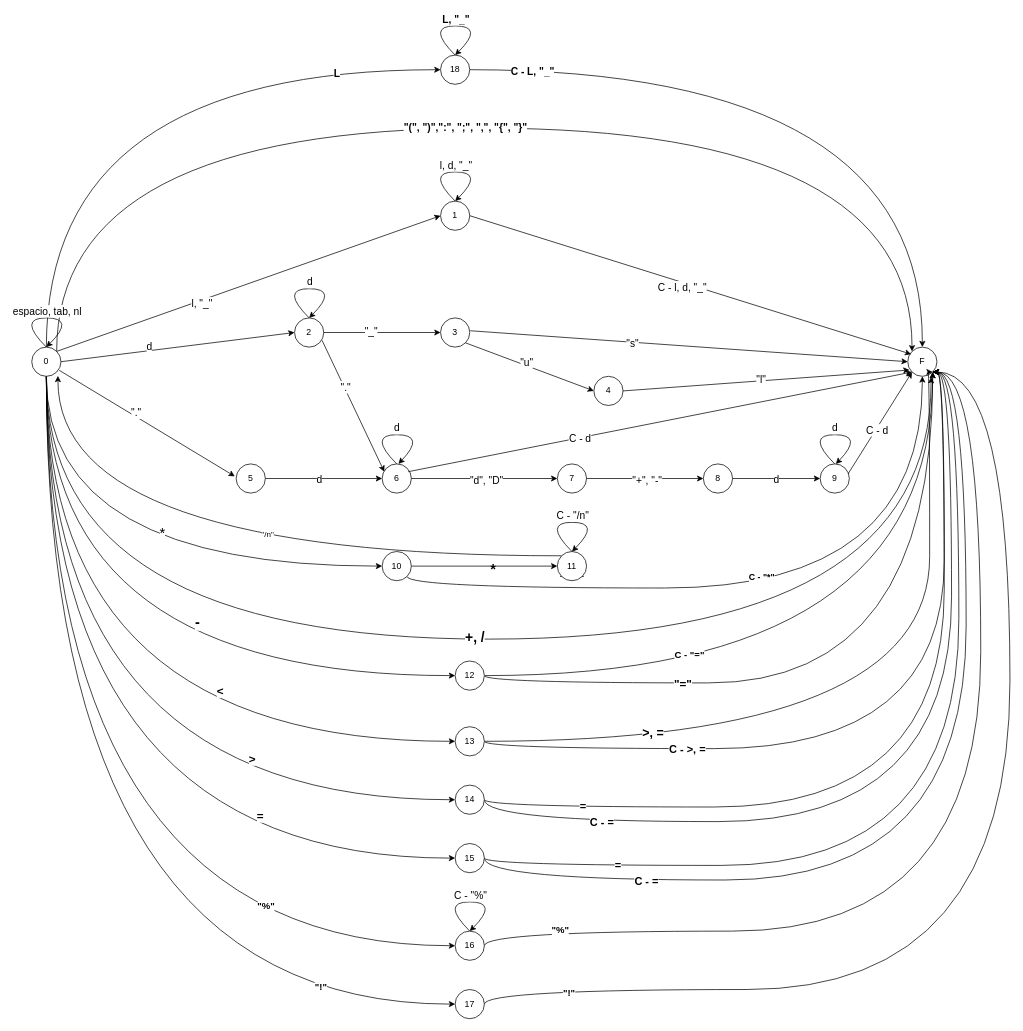
The draw.io diagram resources/automata.drawio in ElgartXimena/compiler, before the edit. Source tidied: cells renumbered, new cells numbered last; positions are measured from the earlier drawing's top-left corner, leaving out a move shared by most shapes. Both pictures are drawn from the tidied source at 73%, with x=0, y=0 at pixel (17, 26).
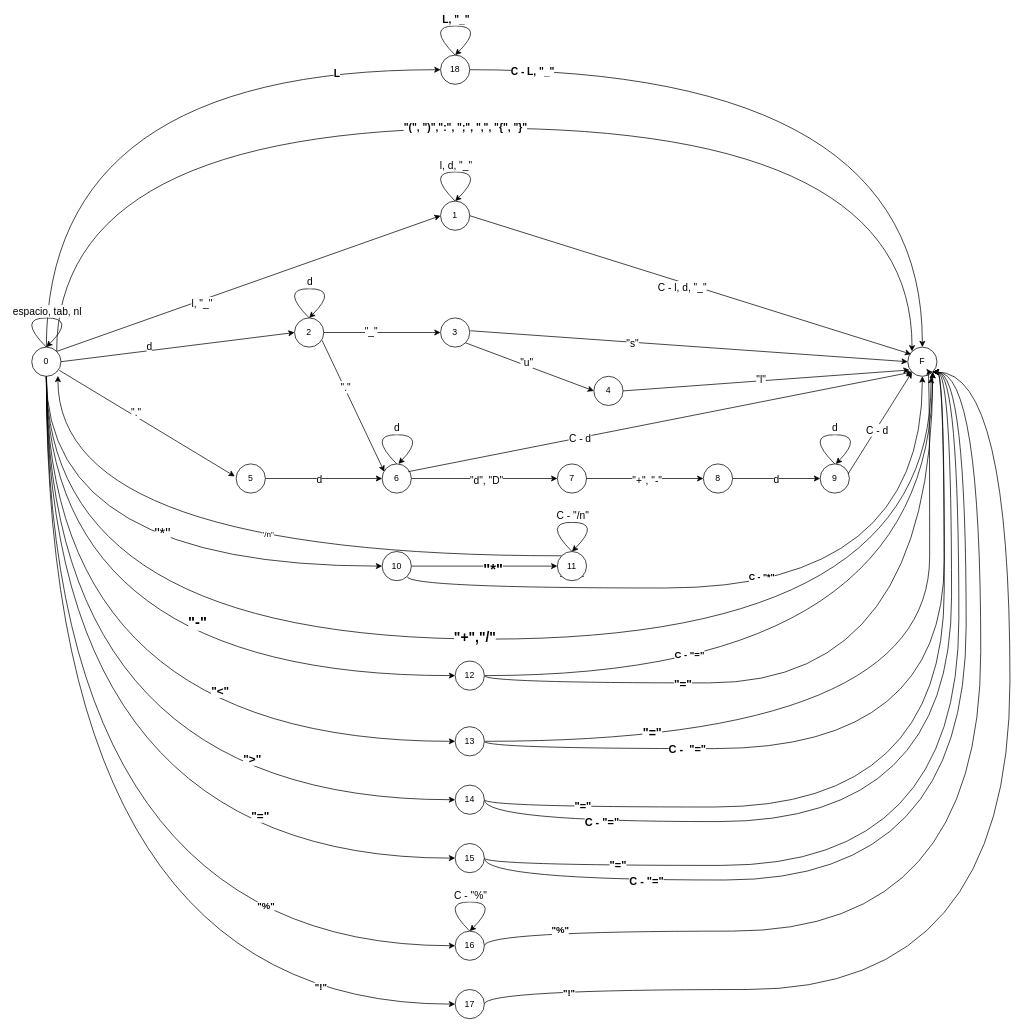
The same page after the edit.

Commit message:
Correccion comillas

The change refers to these unchanged cells:
```xml
<mxCell id="2" style="edgeStyle=orthogonalEdgeStyle;rounded=0;jettySize=auto;html=1;exitX=0.5;exitY=1;exitDx=0;exitDy=0;entryX=0;entryY=0.5;entryDx=0;entryDy=0;curved=1;" parent="1" edge="1" source="22" target="76">
  <mxGeometry relative="1" as="geometry" />
</mxCell>
<mxCell id="4" style="edgeStyle=orthogonalEdgeStyle;rounded=0;jettySize=auto;html=1;exitX=0.5;exitY=1;exitDx=0;exitDy=0;entryX=0.8;entryY=1.025;entryDx=0;entryDy=0;entryPerimeter=0;curved=1;" parent="1" edge="1" source="22" target="23">
  <mxGeometry relative="1" as="geometry">
    <Array as="points">
      <mxPoint x="40" y="840" />
      <mxPoint x="1252" y="840" />
    </Array>
  </mxGeometry>
</mxCell>
<mxCell id="6" style="edgeStyle=orthogonalEdgeStyle;rounded=0;jettySize=auto;html=1;exitX=0.5;exitY=1;exitDx=0;exitDy=0;entryX=0;entryY=0.5;entryDx=0;entryDy=0;curved=1;" parent="1" edge="1" source="22" target="89">
  <mxGeometry relative="1" as="geometry" />
</mxCell>
<mxCell id="8" style="edgeStyle=orthogonalEdgeStyle;rounded=0;jettySize=auto;html=1;exitX=0.5;exitY=1;exitDx=0;exitDy=0;entryX=0;entryY=0.5;entryDx=0;entryDy=0;curved=1;fontStyle=1;fontSize=17;" parent="1" edge="1" source="22" target="94">
  <mxGeometry relative="1" as="geometry" />
</mxCell>
<mxCell id="10" style="edgeStyle=orthogonalEdgeStyle;rounded=0;jettySize=auto;html=1;exitX=0.5;exitY=1;exitDx=0;exitDy=0;entryX=0;entryY=0.5;entryDx=0;entryDy=0;curved=1;fontStyle=1;fontSize=17;" parent="1" edge="1" source="22" target="99">
  <mxGeometry relative="1" as="geometry" />
</mxCell>
<mxCell id="12" style="edgeStyle=orthogonalEdgeStyle;rounded=0;jettySize=auto;html=1;exitX=0.5;exitY=1;exitDx=0;exitDy=0;entryX=0;entryY=0.5;entryDx=0;entryDy=0;curved=1;fontStyle=1;fontSize=17;" parent="1" edge="1" source="22" target="104">
  <mxGeometry relative="1" as="geometry" />
</mxCell>
<mxCell id="72" style="edgeStyle=orthogonalEdgeStyle;rounded=0;jettySize=auto;html=1;exitX=1;exitY=0.5;exitDx=0;exitDy=0;entryX=0;entryY=0.5;entryDx=0;entryDy=0;" parent="1" edge="1" source="76" target="80">
  <mxGeometry relative="1" as="geometry" />
</mxCell>
<mxCell id="90" style="edgeStyle=orthogonalEdgeStyle;rounded=0;jettySize=auto;html=1;exitX=1;exitY=0.5;exitDx=0;exitDy=0;entryX=1;entryY=1;entryDx=0;entryDy=0;curved=1;" parent="1" edge="1" source="94" target="23">
  <mxGeometry relative="1" as="geometry">
    <Array as="points">
      <mxPoint x="1250" y="980" />
      <mxPoint x="1250" y="474" />
    </Array>
  </mxGeometry>
</mxCell>
<mxCell id="92" style="edgeStyle=orthogonalEdgeStyle;rounded=0;jettySize=auto;html=1;exitX=1;exitY=0.5;exitDx=0;exitDy=0;entryX=1;entryY=1;entryDx=0;entryDy=0;curved=1;" parent="1" edge="1" source="94" target="23">
  <mxGeometry relative="1" as="geometry">
    <Array as="points">
      <mxPoint x="640" y="990" />
      <mxPoint x="1270" y="990" />
      <mxPoint x="1270" y="474" />
    </Array>
  </mxGeometry>
</mxCell>
<mxCell id="95" style="edgeStyle=orthogonalEdgeStyle;rounded=0;jettySize=auto;html=1;exitX=1;exitY=0.5;exitDx=0;exitDy=0;entryX=1;entryY=1;entryDx=0;entryDy=0;curved=1;" parent="1" edge="1" source="99" target="23">
  <mxGeometry relative="1" as="geometry">
    <Array as="points">
      <mxPoint x="640" y="1070" />
      <mxPoint x="1270" y="1070" />
      <mxPoint x="1270" y="474" />
    </Array>
  </mxGeometry>
</mxCell>
<mxCell id="97" style="edgeStyle=orthogonalEdgeStyle;rounded=0;jettySize=auto;html=1;exitX=1;exitY=0.5;exitDx=0;exitDy=0;entryX=1;entryY=1;entryDx=0;entryDy=0;curved=1;" parent="1" edge="1" source="99" target="23">
  <mxGeometry relative="1" as="geometry">
    <Array as="points">
      <mxPoint x="640" y="1090" />
      <mxPoint x="1280" y="1090" />
      <mxPoint x="1280" y="474" />
    </Array>
  </mxGeometry>
</mxCell>
<mxCell id="100" style="edgeStyle=orthogonalEdgeStyle;rounded=0;jettySize=auto;html=1;exitX=1;exitY=0.5;exitDx=0;exitDy=0;entryX=1;entryY=1;entryDx=0;entryDy=0;curved=1;" parent="1" edge="1" source="104" target="23">
  <mxGeometry relative="1" as="geometry">
    <Array as="points">
      <mxPoint x="640" y="1150" />
      <mxPoint x="1290" y="1150" />
      <mxPoint x="1290" y="474" />
    </Array>
  </mxGeometry>
</mxCell>
<mxCell id="102" style="edgeStyle=orthogonalEdgeStyle;rounded=0;jettySize=auto;html=1;exitX=1;exitY=0.5;exitDx=0;exitDy=0;entryX=1;entryY=1;entryDx=0;entryDy=0;curved=1;" parent="1" edge="1" source="104" target="23">
  <mxGeometry relative="1" as="geometry">
    <Array as="points">
      <mxPoint x="640" y="1170" />
      <mxPoint x="1300" y="1170" />
      <mxPoint x="1300" y="474" />
    </Array>
  </mxGeometry>
</mxCell>
```

The edit, as a diff of the source:
```diff
@@
-    <mxCell id="3" value="&lt;font style=&quot;font-size: 20px;&quot;&gt;*&lt;/font&gt;" style="edgeLabel;html=1;align=center;verticalAlign=middle;" parent="2" vertex="1">
+    <mxCell id="3" value="&lt;font style=&quot;font-size: 20px;&quot;&gt;&quot;*&quot;&lt;/font&gt;" style="edgeLabel;html=1;align=center;verticalAlign=middle;" parent="2" vertex="1">
       <mxGeometry x="0.16" y="47" relative="1" as="geometry" />
     </mxCell>
@@
-    <mxCell id="5" value="+, /" style="edgeLabel;html=1;align=center;verticalAlign=middle;fontStyle=1;fontSize=19;" parent="4" vertex="1">
+    <mxCell id="5" value="&quot;+&quot;,&quot;/&quot;" style="edgeLabel;html=1;align=center;verticalAlign=middle;fontStyle=1;fontSize=19;" parent="4" vertex="1">
       <mxGeometry x="-0.02" y="3" relative="1" as="geometry" />
     </mxCell>
@@
-    <mxCell id="7" value="-" style="edgeLabel;html=1;align=center;verticalAlign=middle;fontStyle=1;fontSize=20;" parent="6" vertex="1">
+    <mxCell id="7" value="&quot;-&quot;" style="edgeLabel;html=1;align=center;verticalAlign=middle;fontStyle=1;fontSize=20;" parent="6" vertex="1">
       <mxGeometry x="0.27" y="75" relative="1" as="geometry" />
     </mxCell>
@@
-    <mxCell id="9" value="&amp;lt;" style="edgeLabel;html=1;align=center;verticalAlign=middle;fontStyle=1;fontSize=16;" parent="8" vertex="1">
+    <mxCell id="9" value="&quot;&amp;lt;&quot;" style="edgeLabel;html=1;align=center;verticalAlign=middle;fontStyle=1;fontSize=16;" parent="8" vertex="1">
       <mxGeometry x="0.39" y="70" relative="1" as="geometry" />
     </mxCell>
@@
-    <mxCell id="11" value="&amp;gt;" style="edgeLabel;html=1;align=center;verticalAlign=middle;fontStyle=1;fontSize=16;" parent="10" vertex="1">
+    <mxCell id="11" value="&quot;&amp;gt;&quot;" style="edgeLabel;html=1;align=center;verticalAlign=middle;fontStyle=1;fontSize=16;" parent="10" vertex="1">
       <mxGeometry x="0.51" y="57" relative="1" as="geometry" />
     </mxCell>
@@
-    <mxCell id="13" value="=" style="edgeLabel;html=1;align=center;verticalAlign=middle;fontStyle=1;fontSize=16;" parent="12" vertex="1">
+    <mxCell id="13" value="&quot;=&quot;" style="edgeLabel;html=1;align=center;verticalAlign=middle;fontStyle=1;fontSize=16;" parent="12" vertex="1">
       <mxGeometry x="0.56" y="59" relative="1" as="geometry" />
     </mxCell>
@@
-    <mxCell id="73" value="&lt;font size=&quot;1&quot; style=&quot;&quot;&gt;&lt;b style=&quot;font-size: 20px;&quot;&gt;*&lt;/b&gt;&lt;/font&gt;" style="edgeLabel;html=1;align=center;verticalAlign=middle;" parent="72" vertex="1">
+    <mxCell id="73" value="&lt;font size=&quot;1&quot; style=&quot;&quot;&gt;&lt;b style=&quot;font-size: 20px;&quot;&gt;&quot;*&quot;&lt;/b&gt;&lt;/font&gt;" style="edgeLabel;html=1;align=center;verticalAlign=middle;" parent="72" vertex="1">
       <mxGeometry x="0.11" y="-2" relative="1" as="geometry" />
     </mxCell>
@@
-    <mxCell id="91" value="&amp;gt;, =" style="edgeLabel;html=1;align=center;verticalAlign=middle;fontStyle=1;fontSize=17;" parent="90" vertex="1">
-      <mxGeometry x="-0.59" y="11" relative="1" as="geometry" />
+    <mxCell id="91" value="&quot;=&quot;" style="edgeLabel;html=1;align=center;verticalAlign=middle;fontStyle=1;fontSize=17;" parent="90" vertex="1">
+      <mxGeometry x="-0.59" y="11" relative="1" as="geometry">
+        <mxPoint x="-1" as="offset" />
+      </mxGeometry>
     </mxCell>
@@
-    <mxCell id="93" value="C - &amp;gt;, =" style="edgeLabel;html=1;align=center;verticalAlign=middle;fontStyle=1;fontSize=15;" parent="92" vertex="1">
+    <mxCell id="93" value="C -&amp;nbsp; &quot;=&quot;" style="edgeLabel;html=1;align=center;verticalAlign=middle;fontStyle=1;fontSize=15;" parent="92" vertex="1">
       <mxGeometry x="-0.51" relative="1" as="geometry" />
     </mxCell>
@@
-    <mxCell id="96" value="=" style="edgeLabel;html=1;align=center;verticalAlign=middle;fontStyle=1;fontSize=15;" parent="95" vertex="1">
+    <mxCell id="96" value="&quot;=&quot;" style="edgeLabel;html=1;align=center;verticalAlign=middle;fontStyle=1;fontSize=15;" parent="95" vertex="1">
       <mxGeometry x="-0.77" y="3" relative="1" as="geometry" />
     </mxCell>
@@
-    <mxCell id="98" value="C - =" style="edgeLabel;html=1;align=center;verticalAlign=middle;fontStyle=1;fontSize=15;" parent="97" vertex="1">
+    <mxCell id="98" value="C - &quot;=&quot;" style="edgeLabel;html=1;align=center;verticalAlign=middle;fontStyle=1;fontSize=15;" parent="97" vertex="1">
       <mxGeometry x="-0.71" relative="1" as="geometry" />
     </mxCell>
@@
-    <mxCell id="101" value="=" style="edgeLabel;html=1;align=center;verticalAlign=middle;fontStyle=1;fontSize=15;" parent="100" vertex="1">
+    <mxCell id="101" value="&quot;=&quot;" style="edgeLabel;html=1;align=center;verticalAlign=middle;fontStyle=1;fontSize=15;" parent="100" vertex="1">
       <mxGeometry x="-0.72" y="1" relative="1" as="geometry" />
     </mxCell>
@@
-    <mxCell id="103" value="C - =" style="edgeLabel;html=1;align=center;verticalAlign=middle;fontStyle=1;fontSize=15;" parent="102" vertex="1">
+    <mxCell id="103" value="C - &quot;=&quot;" style="edgeLabel;html=1;align=center;verticalAlign=middle;fontStyle=1;fontSize=15;" parent="102" vertex="1">
       <mxGeometry x="-0.65" relative="1" as="geometry" />
     </mxCell>
```
